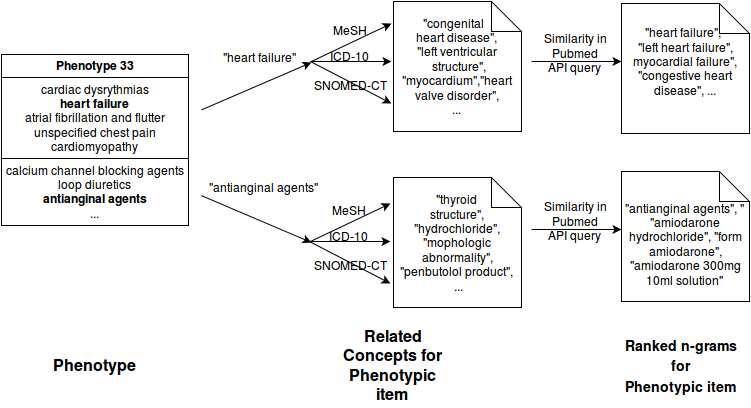
Before: figures/Flowchart_Features_revised.png, a diagram exported from draw.io (rbridges/PubmedVer). Source tidied: cells renumbered, new cells last; positions are measured from the earlier drawing's top-left corner, leaving out a move shared by most shapes.
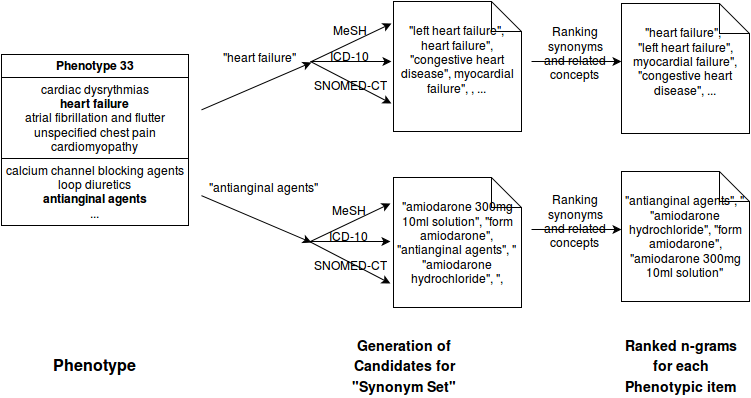
Above is the later version.

Commit message:
some new figures and a few writing edits in the results, mostly

Change to the diagram source:
```diff
@@ -40,25 +40,22 @@
     <mxCell id="10" value="SNOMED-CT" style="text;html=1;strokeColor=none;fillColor=none;align=center;verticalAlign=middle;whiteSpace=wrap;overflow=hidden;" parent="1" vertex="1">
       <mxGeometry x="306" y="74" width="85" height="20" as="geometry" />
     </mxCell>
-    <mxCell id="11" value="&lt;br&gt;&quot;congenital &amp;nbsp; &lt;br&gt;&amp;nbsp;heart disease&quot;,&amp;nbsp; &lt;br&gt;&quot;left ventricular&lt;br&gt;&amp;nbsp;structure&quot;, &quot;myocardium&quot;,&quot;heart valve disorder&quot;, &lt;br&gt;...&lt;br&gt;&lt;br&gt;" style="shape=note;whiteSpace=wrap;html=1;" parent="1" vertex="1">
+    <mxCell id="11" value="&quot;left heart failure&quot;,&lt;br&gt;heart failure&quot;, &quot;congestive heart disease&quot;, myocardial failure&quot;, , ...&lt;br&gt;&lt;br&gt;" style="shape=note;whiteSpace=wrap;html=1;" parent="1" vertex="1">
       <mxGeometry x="392" width="128" height="130" as="geometry" />
     </mxCell>
-    <mxCell id="12" value="&lt;font style=&quot;font-size: 16px&quot;&gt;&lt;b&gt;Related Concepts for Phenotypic item&lt;br&gt;&lt;/b&gt;&lt;/font&gt;" style="text;html=1;strokeColor=none;fillColor=none;align=center;verticalAlign=middle;whiteSpace=wrap;overflow=hidden;" parent="1" vertex="1">
-      <mxGeometry x="333" y="321" width="117" height="84" as="geometry" />
-    </mxCell>
     <mxCell id="13" style="endArrow=classic;html=1;" parent="1" edge="1">
       <mxGeometry relative="1" as="geometry">
         <mxPoint x="530" y="60" as="sourcePoint" />
         <mxPoint x="620" y="60" as="targetPoint" />
       </mxGeometry>
     </mxCell>
-    <mxCell id="14" value="Similarity in Pubmed API query&lt;br&gt;" style="text;html=1;strokeColor=none;fillColor=none;align=center;verticalAlign=middle;whiteSpace=wrap;overflow=hidden;" parent="1" vertex="1">
+    <mxCell id="14" value="Ranking synonyms and related concepts&lt;br&gt;" style="text;html=1;strokeColor=none;fillColor=none;align=center;verticalAlign=middle;whiteSpace=wrap;overflow=hidden;" parent="1" vertex="1">
       <mxGeometry x="539" y="13" width="70" height="77" as="geometry" />
     </mxCell>
     <mxCell id="15" value="&quot;heart failure&quot;,&amp;nbsp; &lt;br&gt;&quot;left heart failure&quot;, myocardial failure&quot;, &quot;congestive heart disease&quot;, ...&lt;br&gt;&lt;br&gt;" style="shape=note;whiteSpace=wrap;html=1;" parent="1" vertex="1">
       <mxGeometry x="620" y="2" width="128" height="130" as="geometry" />
     </mxCell>
-    <mxCell id="16" value="&lt;b&gt;&lt;font style=&quot;font-size: 17px&quot;&gt;&lt;font style=&quot;font-size: 16px&quot;&gt;&lt;font style=&quot;font-size: 14px&quot;&gt;Ranked n-grams for &lt;br&gt;Phenotypic item&lt;br&gt;&lt;/font&gt;&lt;/font&gt;&lt;/font&gt;&lt;/b&gt;" style="text;html=1;strokeColor=none;fillColor=none;align=center;verticalAlign=middle;whiteSpace=wrap;overflow=hidden;" parent="1" vertex="1">
+    <mxCell id="16" value="&lt;b&gt;&lt;font style=&quot;font-size: 17px&quot;&gt;&lt;font style=&quot;font-size: 16px&quot;&gt;&lt;font style=&quot;font-size: 14px&quot;&gt;Ranked n-grams for each&lt;br&gt;Phenotypic item&lt;br&gt;&lt;/font&gt;&lt;/font&gt;&lt;/font&gt;&lt;/b&gt;" style="text;html=1;strokeColor=none;fillColor=none;align=center;verticalAlign=middle;whiteSpace=wrap;overflow=hidden;" parent="1" vertex="1">
       <mxGeometry x="620" y="331" width="120" height="64" as="geometry" />
     </mxCell>
     <mxCell id="17" value="&lt;table style=&quot;border-collapse: collapse&quot; width=&quot;160&quot; border=&quot;1&quot; cellpadding=&quot;4&quot;&gt;&lt;tbody&gt;&lt;tr&gt;&lt;th align=&quot;center&quot;&gt;Phenotype 33&lt;br&gt;&lt;/th&gt;&lt;/tr&gt;&lt;tr&gt;&lt;td align=&quot;center&quot;&gt;cardiac dysrythmias&lt;br&gt;&lt;b&gt;heart failure&lt;/b&gt;&lt;br&gt;atrial fibrillation and flutter&lt;br&gt;unspecified chest pain&lt;br&gt;cardiomyopathy&lt;br&gt;&lt;/td&gt;&lt;/tr&gt;&lt;tr&gt;&lt;td align=&quot;center&quot;&gt;calcium channel blocking agents&lt;br&gt;loop diuretics&lt;br&gt;&lt;b&gt;antianginal agents&lt;/b&gt;&lt;br&gt;...&lt;br&gt;&lt;/td&gt;&lt;/tr&gt;&lt;/tbody&gt;&lt;/table&gt;" style="text;html=1;overflow=fill;" parent="1" vertex="1">
@@ -99,7 +96,7 @@
     <mxCell id="25" value="&quot;antianginal agents&quot;&lt;br&gt;" style="text;html=1;strokeColor=none;fillColor=none;align=center;verticalAlign=middle;whiteSpace=wrap;overflow=hidden;" parent="1" vertex="1">
       <mxGeometry x="196" y="176" width="130" height="20" as="geometry" />
     </mxCell>
-    <mxCell id="26" value="&quot;thyroid &lt;br&gt;structure&quot;,&lt;br&gt;&quot;hydrochloride&quot;,&lt;br&gt;&quot;mophologic abnormality&quot;, &quot;penbutolol product&quot;,&lt;br&gt;&amp;nbsp;...&lt;br&gt;" style="shape=note;whiteSpace=wrap;html=1;" parent="1" vertex="1">
+    <mxCell id="26" value="&quot;amiodarone 300mg 10ml solution&quot;, &quot;form amiodarone&quot;,&lt;br&gt;&quot;antianginal agents&quot;, &quot;&lt;br&gt;&quot;amiodarone hydrochloride&quot;, &quot;, &lt;br&gt;" style="shape=note;whiteSpace=wrap;html=1;" parent="1" vertex="1">
       <mxGeometry x="392" y="176" width="128" height="130" as="geometry" />
     </mxCell>
     <mxCell id="27" style="endArrow=classic;html=1;" parent="1" edge="1">
@@ -108,11 +105,14 @@
         <mxPoint x="620" y="228" as="targetPoint" />
       </mxGeometry>
     </mxCell>
-    <mxCell id="28" value="Similarity in Pubmed API query&lt;br&gt;" style="text;html=1;strokeColor=none;fillColor=none;align=center;verticalAlign=middle;whiteSpace=wrap;overflow=hidden;" parent="1" vertex="1">
+    <mxCell id="28" value="Ranking synonyms and related concepts&lt;br&gt;" style="text;html=1;strokeColor=none;fillColor=none;align=center;verticalAlign=middle;whiteSpace=wrap;overflow=hidden;" parent="1" vertex="1">
       <mxGeometry x="539" y="181" width="70" height="77" as="geometry" />
     </mxCell>
-    <mxCell id="29" value="&lt;br&gt;&quot;antianginal agents&quot;, &quot;&lt;br&gt;&quot;amiodarone hydrochloride&quot;, &quot;form amiodarone&quot;, &quot;amiodarone 300mg 10ml solution&quot;&lt;br&gt;" style="shape=note;whiteSpace=wrap;html=1;" parent="1" vertex="1">
+    <mxCell id="29" value="&quot;antianginal agents&quot;, &quot;&lt;br&gt;&quot;amiodarone hydrochloride&quot;, &quot;form amiodarone&quot;, &quot;amiodarone 300mg 10ml solution&quot;&lt;br&gt;" style="shape=note;whiteSpace=wrap;html=1;" parent="1" vertex="1">
       <mxGeometry x="620" y="170" width="128" height="130" as="geometry" />
     </mxCell>
+    <mxCell id="30" value="&lt;b&gt;&lt;font style=&quot;font-size: 17px&quot;&gt;&lt;font style=&quot;font-size: 16px&quot;&gt;&lt;font style=&quot;font-size: 14px&quot;&gt;Generation of Candidates for &quot;Synonym Set&quot;&lt;br&gt;&lt;/font&gt;&lt;/font&gt;&lt;/font&gt;&lt;/b&gt;" style="text;html=1;strokeColor=none;fillColor=none;align=center;verticalAlign=middle;whiteSpace=wrap;overflow=hidden;" parent="1" vertex="1">
+      <mxGeometry x="343" y="331" width="120" height="64" as="geometry" />
+    </mxCell>
   </root>
 </mxGraphModel>
```
